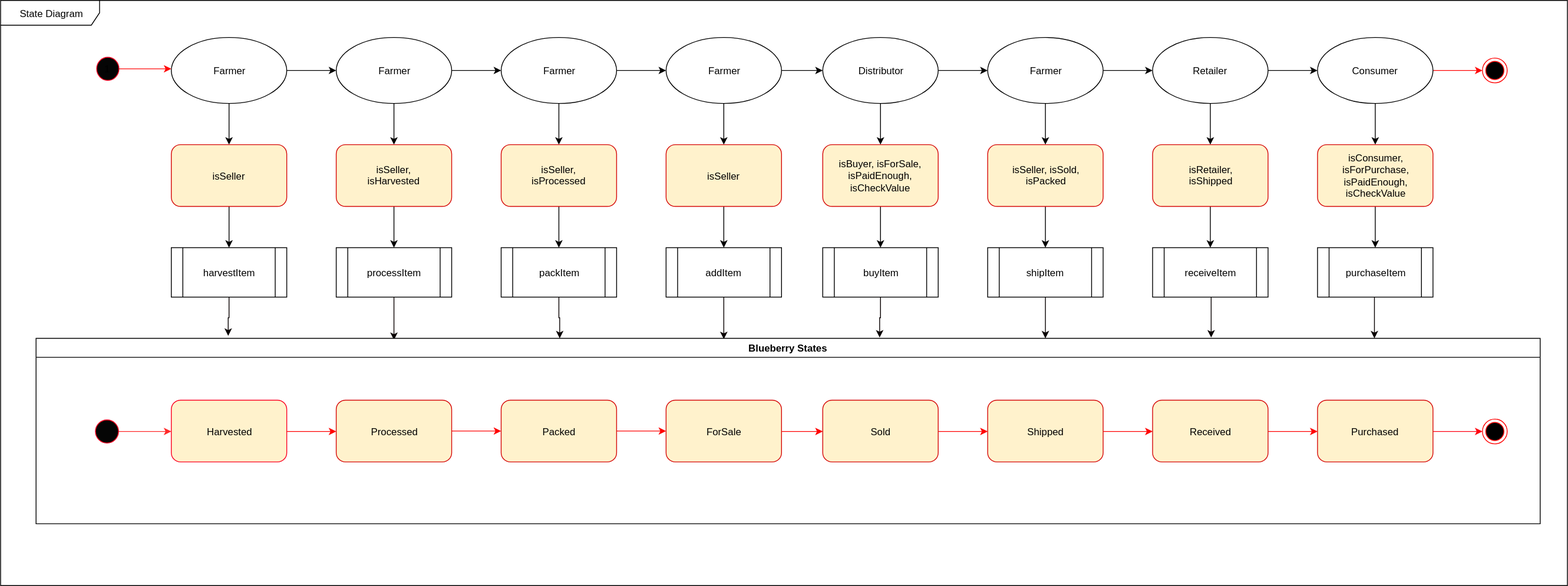
naif-alsaleh/blueberry-supplychain keeps this draw.io diagram as images/Blueberry state diagram.svg. Above is the earlier version. Source tidied: cells renumbered, new cells last; positions are measured from the earlier drawing's top-left corner, leaving out a move shared by most shapes.
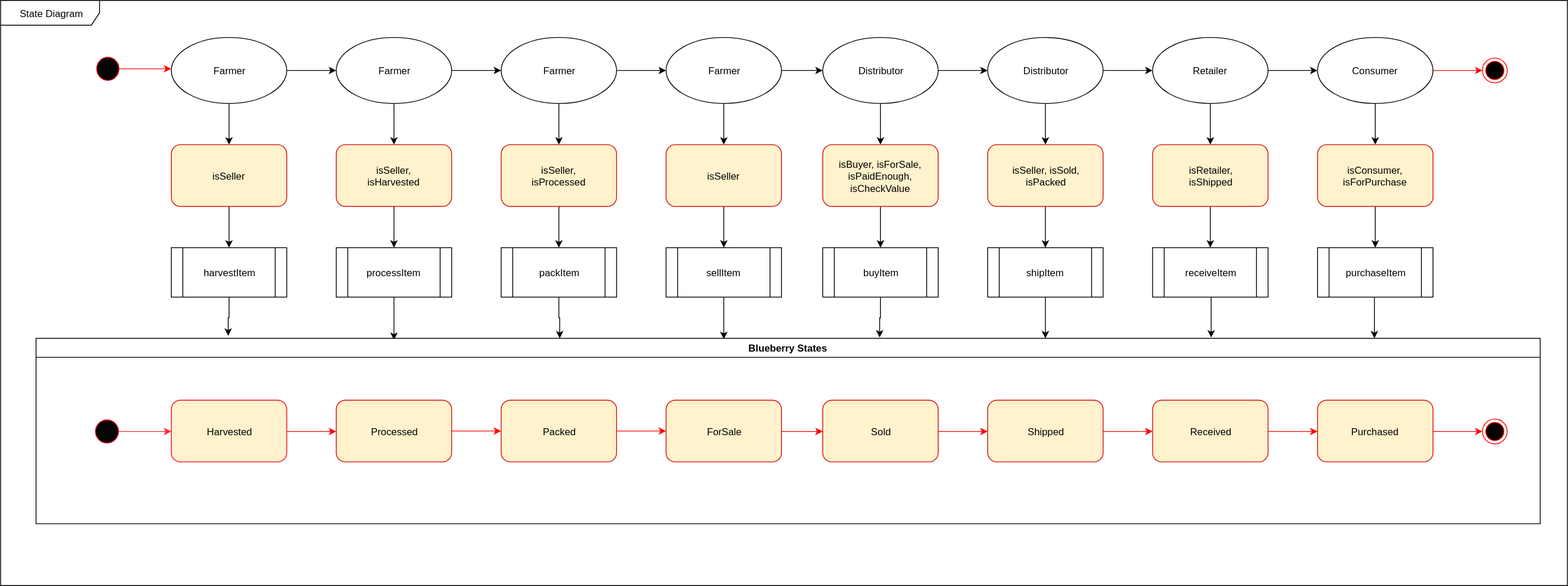
After the commit.

The edit, as a diff of the source:
```diff
@@ -90,7 +90,7 @@
         </Array>
       </mxGeometry>
     </mxCell>
-    <mxCell id="30" value="addItem" style="shape=process;whiteSpace=wrap;html=1;backgroundOutline=1;" parent="1" vertex="1">
+    <mxCell id="30" value="sellItem" style="shape=process;whiteSpace=wrap;html=1;backgroundOutline=1;" parent="1" vertex="1">
       <mxGeometry x="807" y="300" width="140" height="60" as="geometry" />
     </mxCell>
     <mxCell id="31" style="edgeStyle=orthogonalEdgeStyle;rounded=0;html=1;entryX=0.5;entryY=0;entryDx=0;entryDy=0;jettySize=auto;" parent="1" edge="1" source="33" target="35">
@@ -124,7 +124,7 @@
     <mxCell id="39" style="edgeStyle=orthogonalEdgeStyle;rounded=0;html=1;exitX=1;exitY=0.5;exitDx=0;exitDy=0;entryX=0;entryY=0.5;entryDx=0;entryDy=0;jettySize=auto;" parent="1" edge="1" source="40" target="47">
       <mxGeometry relative="1" as="geometry" />
     </mxCell>
-    <mxCell id="40" value="Farmer&lt;br&gt;" style="ellipse;whiteSpace=wrap;html=1;" parent="1" vertex="1">
+    <mxCell id="40" value="Distributor&lt;br&gt;" style="ellipse;whiteSpace=wrap;html=1;" parent="1" vertex="1">
       <mxGeometry x="1197" y="45" width="140" height="80" as="geometry" />
     </mxCell>
     <mxCell id="41" style="edgeStyle=orthogonalEdgeStyle;rounded=0;html=1;entryX=0.5;entryY=0;entryDx=0;entryDy=0;jettySize=auto;" parent="1" edge="1" source="42" target="44">
@@ -176,7 +176,7 @@
     <mxCell id="55" style="edgeStyle=orthogonalEdgeStyle;rounded=0;html=1;entryX=0.5;entryY=0;entryDx=0;entryDy=0;jettySize=auto;" parent="1" edge="1" source="56" target="58">
       <mxGeometry relative="1" as="geometry" />
     </mxCell>
-    <mxCell id="56" value="isConsumer,&lt;br&gt;isForPurchase,&lt;br&gt;isPaidEnough,&lt;br&gt;isCheckValue&lt;br&gt;" style="rounded=1;whiteSpace=wrap;html=1;fillColor=#fff2cc;strokeColor=#D60909;" parent="1" vertex="1">
+    <mxCell id="56" value="isConsumer,&lt;br&gt;isForPurchase&lt;br&gt;" style="rounded=1;whiteSpace=wrap;html=1;fillColor=#fff2cc;strokeColor=#D60909;" parent="1" vertex="1">
       <mxGeometry x="1597" y="175" width="140" height="75" as="geometry" />
     </mxCell>
     <mxCell id="57" style="edgeStyle=orthogonalEdgeStyle;rounded=0;html=1;entryX=0.89;entryY=-0.001;entryDx=0;entryDy=0;entryPerimeter=0;jettySize=auto;strokeColor=#080000;" parent="1" edge="1" source="58" target="81">
```
